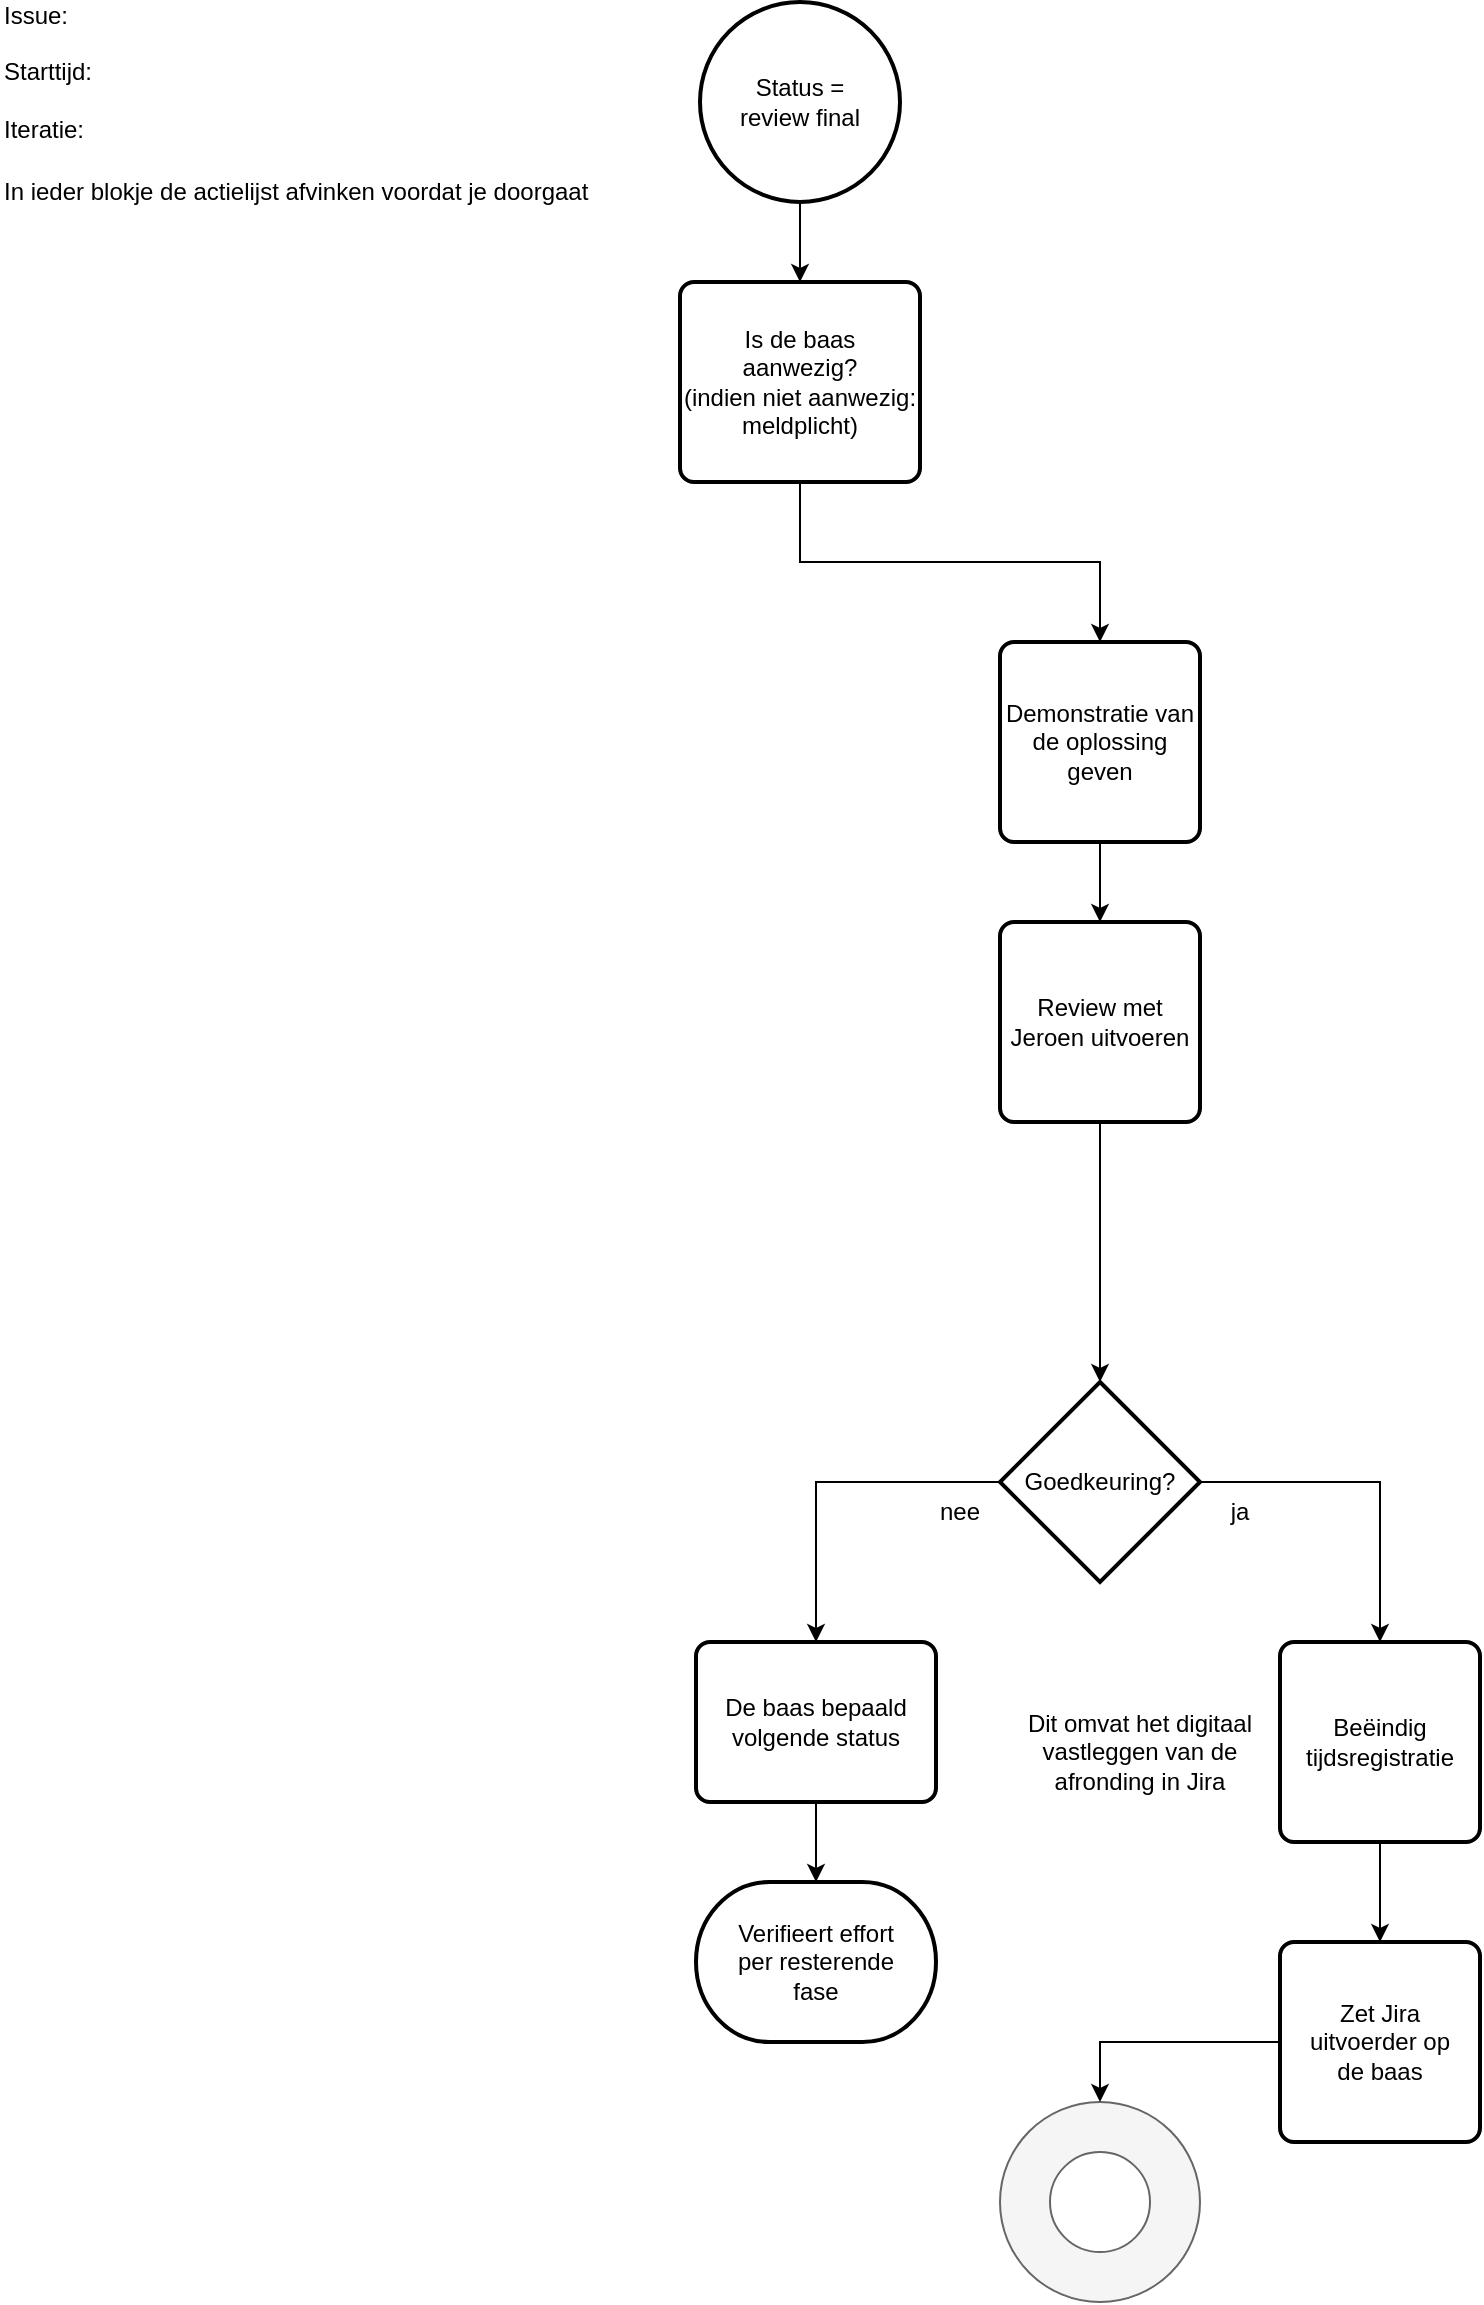
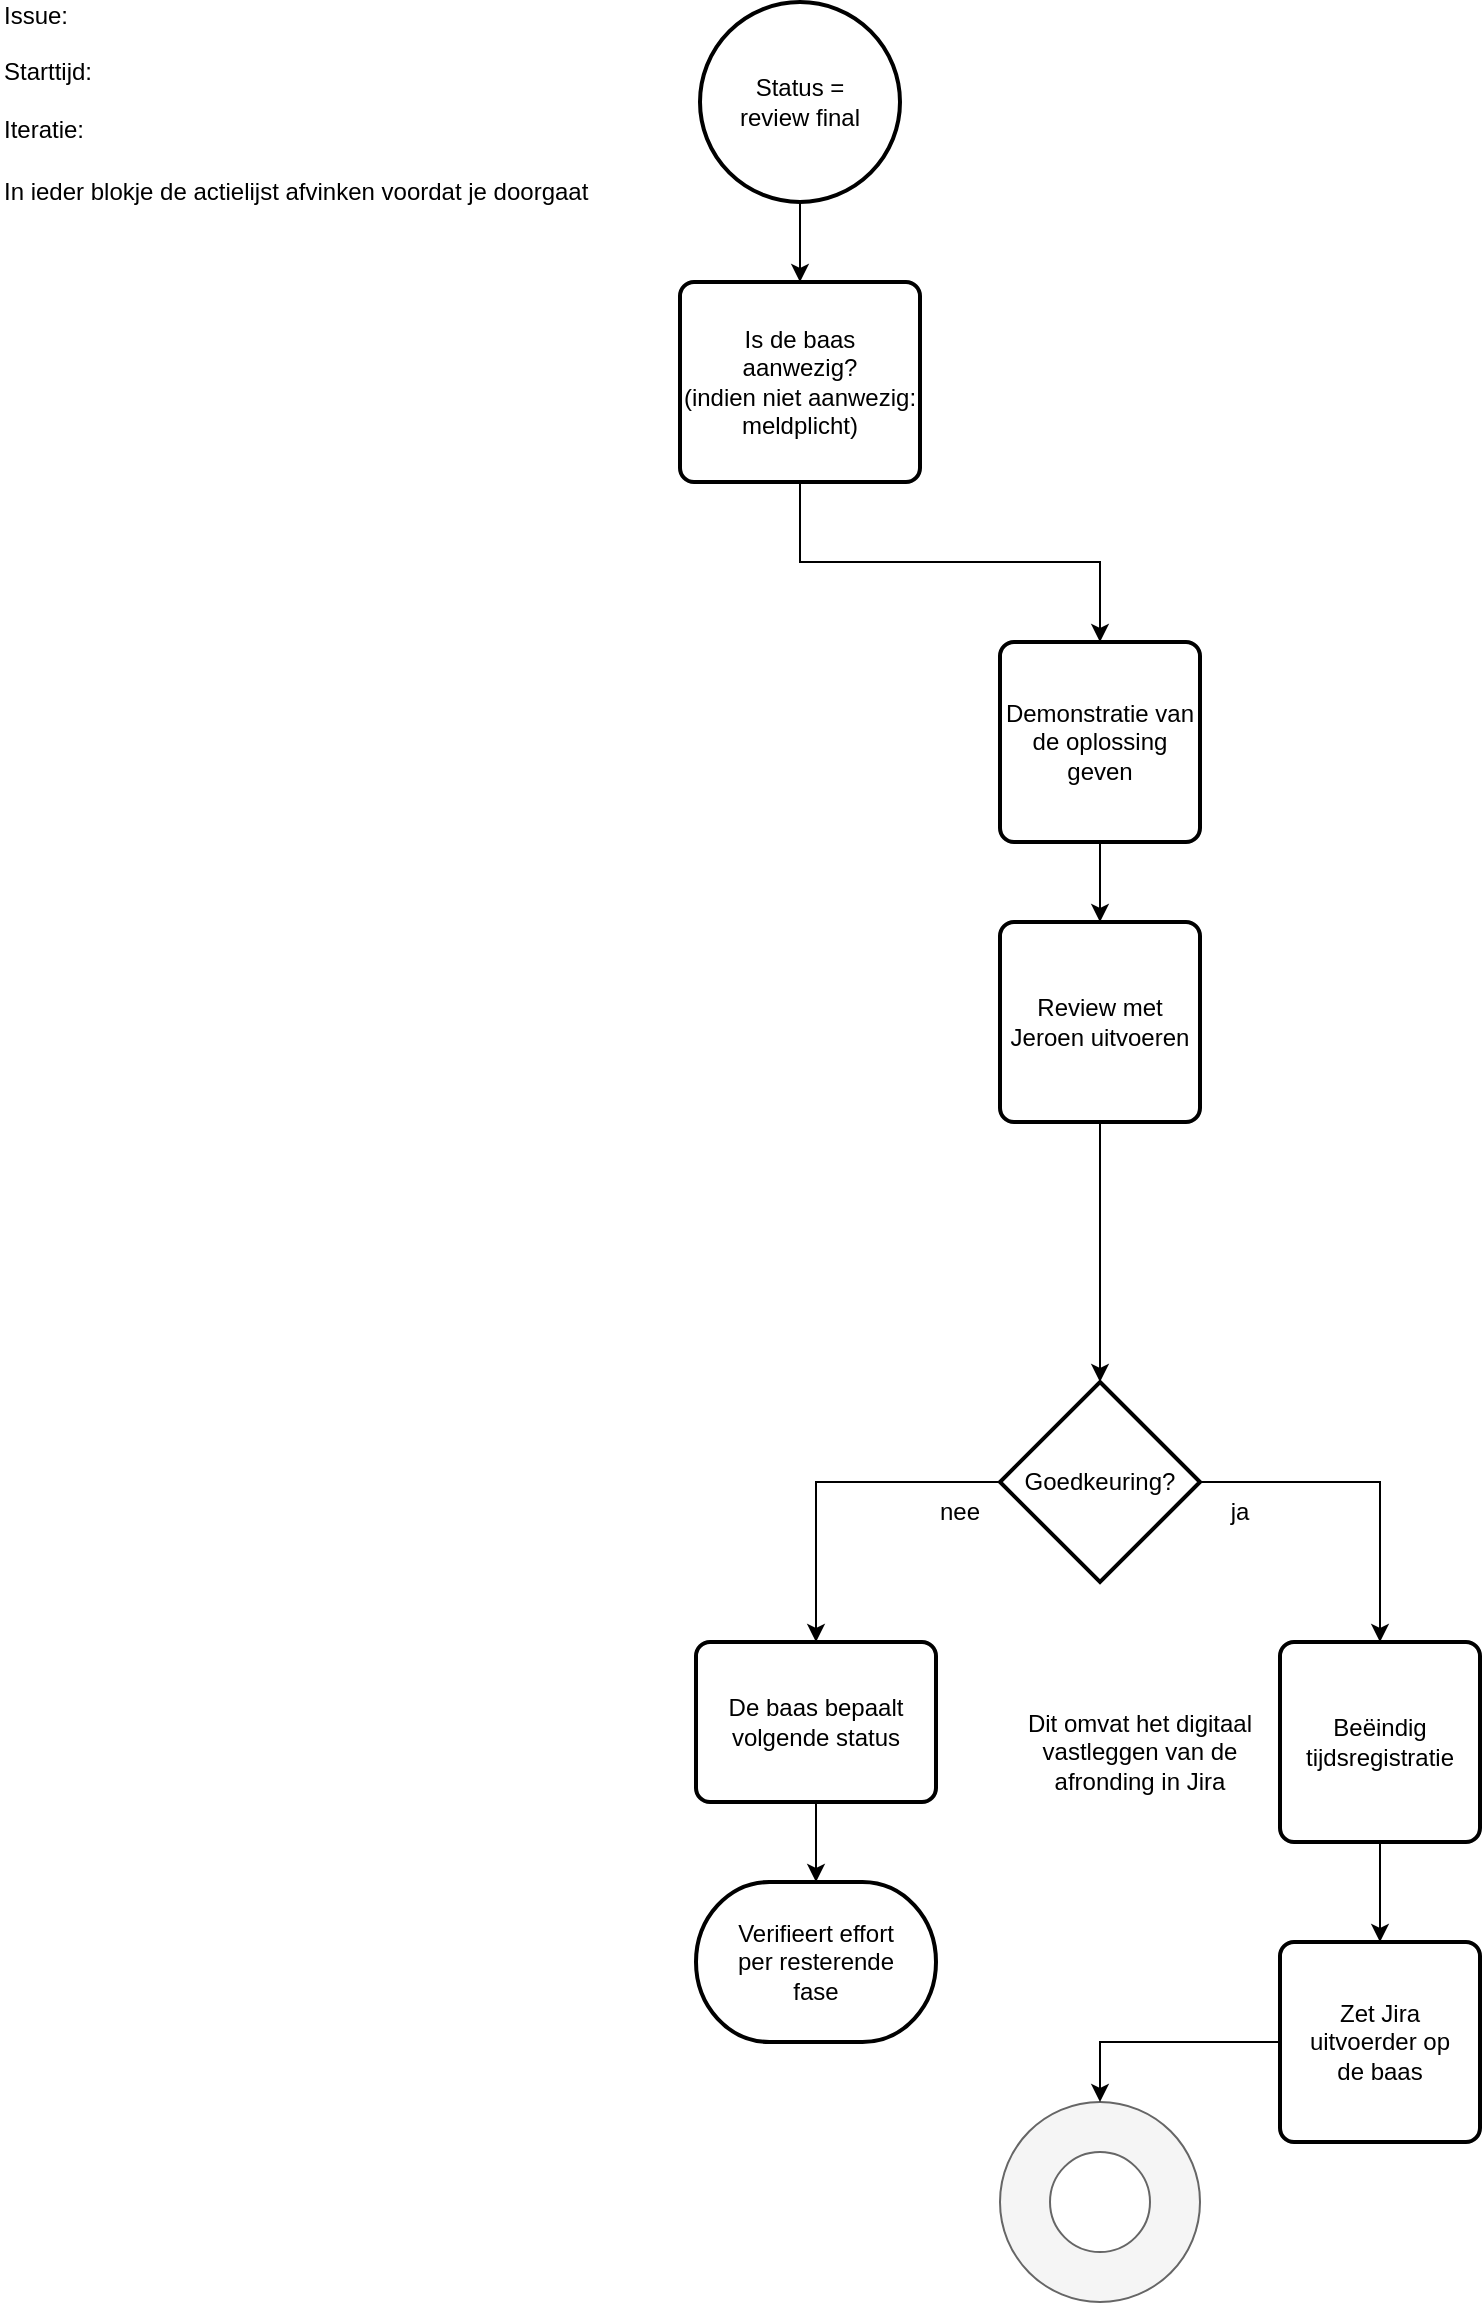
<mxfile host="Electron" agent="Mozilla/5.0 (Windows NT 10.0; Win64; x64) AppleWebKit/537.36 (KHTML, like Gecko) Chrome/143.0.0.0 Safari/537.36">
  <diagram name="Page-1" id="OA8Psgw5BU6XrezAwxYp">
    <mxGraphModel dx="842" dy="6421" grid="1" gridSize="10" guides="1" tooltips="1" connect="1" arrows="1" fold="1" page="1" pageScale="1" pageWidth="827" pageHeight="1169" math="0" shadow="0">
      <root>
        <mxCell id="0" />
        <mxCell id="1" parent="0" />
        <mxCell id="mpQzUtWff58q1bPTKcpG-1" edge="1" parent="1" source="mpQzUtWff58q1bPTKcpG-2" style="edgeStyle=orthogonalEdgeStyle;rounded=0;orthogonalLoop=1;jettySize=auto;html=1;entryX=0.5;entryY=0;entryDx=0;entryDy=0;" target="mpQzUtWff58q1bPTKcpG-4" value="">
          <mxGeometry relative="1" as="geometry" />
        </mxCell>
        <object label="Status =&lt;br&gt;review final" Action="1001" id="mpQzUtWff58q1bPTKcpG-2">
          <mxCell parent="1" style="strokeWidth=2;html=1;shape=mxgraph.flowchart.start_2;whiteSpace=wrap;" vertex="1">
            <mxGeometry height="100" width="100" x="360" y="-5835" as="geometry" />
          </mxCell>
        </object>
        <mxCell id="mpQzUtWff58q1bPTKcpG-3" edge="1" parent="1" source="mpQzUtWff58q1bPTKcpG-4" style="edgeStyle=orthogonalEdgeStyle;rounded=0;orthogonalLoop=1;jettySize=auto;html=1;exitX=0.5;exitY=1;exitDx=0;exitDy=0;entryX=0.5;entryY=0;entryDx=0;entryDy=0;" target="mpQzUtWff58q1bPTKcpG-18">
          <mxGeometry relative="1" as="geometry" />
        </mxCell>
        <object label="Is de baas&lt;br&gt;aanwezig?&lt;br&gt;(indien niet aanwezig:&lt;br&gt;meldplicht)" Action="1002" id="mpQzUtWff58q1bPTKcpG-4">
          <mxCell parent="1" style="rounded=1;whiteSpace=wrap;html=1;absoluteArcSize=1;arcSize=14;strokeWidth=2;" vertex="1">
            <mxGeometry height="100" width="120" x="350" y="-5695" as="geometry" />
          </mxCell>
        </object>
        <object label="Goedkeuring?" Action="1007" id="mpQzUtWff58q1bPTKcpG-11">
          <mxCell parent="1" style="strokeWidth=2;html=1;shape=mxgraph.flowchart.decision;whiteSpace=wrap;" vertex="1">
            <mxGeometry height="100" width="100" x="510" y="-5145" as="geometry" />
          </mxCell>
        </object>
        <mxCell id="mpQzUtWff58q1bPTKcpG-12" edge="1" parent="1" source="mpQzUtWff58q1bPTKcpG-11" style="edgeStyle=orthogonalEdgeStyle;rounded=0;orthogonalLoop=1;jettySize=auto;html=1;exitX=1;exitY=0.5;exitDx=0;exitDy=0;exitPerimeter=0;entryX=0.5;entryY=0;entryDx=0;entryDy=0;" target="mpQzUtWff58q1bPTKcpG-20">
          <mxGeometry relative="1" as="geometry" />
        </mxCell>
        <mxCell id="mpQzUtWff58q1bPTKcpG-13" parent="1" style="text;html=1;whiteSpace=wrap;strokeColor=none;fillColor=none;align=center;verticalAlign=middle;rounded=0;" value="ja" vertex="1">
          <mxGeometry height="30" width="60" x="600" y="-5095" as="geometry" />
        </mxCell>
-         <object label="De baas bepaald&lt;br&gt;volgende status" Action="1007F" id="mpQzUtWff58q1bPTKcpG-14">
+         <object label="De baas bepaalt&lt;br&gt;volgende status" Action="1007F" id="mpQzUtWff58q1bPTKcpG-14">
          <mxCell parent="1" style="rounded=1;whiteSpace=wrap;html=1;absoluteArcSize=1;arcSize=14;strokeWidth=2;" vertex="1">
            <mxGeometry height="80" width="120" x="358" y="-5015" as="geometry" />
          </mxCell>
        </object>
        <mxCell id="mpQzUtWff58q1bPTKcpG-15" edge="1" parent="1" source="mpQzUtWff58q1bPTKcpG-11" style="edgeStyle=orthogonalEdgeStyle;rounded=0;orthogonalLoop=1;jettySize=auto;html=1;exitX=0;exitY=0.5;exitDx=0;exitDy=0;exitPerimeter=0;entryX=0.5;entryY=0;entryDx=0;entryDy=0;" target="mpQzUtWff58q1bPTKcpG-14">
          <mxGeometry relative="1" as="geometry" />
        </mxCell>
        <mxCell id="mpQzUtWff58q1bPTKcpG-16" parent="1" style="text;html=1;whiteSpace=wrap;strokeColor=none;fillColor=none;align=center;verticalAlign=middle;rounded=0;" value="nee" vertex="1">
          <mxGeometry height="30" width="60" x="460" y="-5095" as="geometry" />
        </mxCell>
        <mxCell id="mpQzUtWff58q1bPTKcpG-17" edge="1" parent="1" source="mpQzUtWff58q1bPTKcpG-18" style="edgeStyle=orthogonalEdgeStyle;rounded=0;orthogonalLoop=1;jettySize=auto;html=1;exitX=0.5;exitY=1;exitDx=0;exitDy=0;entryX=0.5;entryY=0;entryDx=0;entryDy=0;" target="mpQzUtWff58q1bPTKcpG-28" value="">
          <mxGeometry relative="1" as="geometry" />
        </mxCell>
        <object label="Demonstratie van de oplossing geven" Action="1004" id="mpQzUtWff58q1bPTKcpG-18">
          <mxCell parent="1" style="rounded=1;whiteSpace=wrap;html=1;absoluteArcSize=1;arcSize=14;strokeWidth=2;" vertex="1">
            <mxGeometry height="100" width="100" x="510" y="-5515" as="geometry" />
          </mxCell>
        </object>
        <mxCell id="mpQzUtWff58q1bPTKcpG-19" edge="1" parent="1" source="mpQzUtWff58q1bPTKcpG-20" style="edgeStyle=orthogonalEdgeStyle;rounded=0;orthogonalLoop=1;jettySize=auto;html=1;" target="mpQzUtWff58q1bPTKcpG-22" value="">
          <mxGeometry relative="1" as="geometry" />
        </mxCell>
        <object label="Beëindig&lt;br&gt;tijdsregistratie" Action="1007T" id="mpQzUtWff58q1bPTKcpG-20">
          <mxCell parent="1" style="rounded=1;whiteSpace=wrap;html=1;absoluteArcSize=1;arcSize=14;strokeWidth=2;" vertex="1">
            <mxGeometry height="100" width="100" x="650" y="-5015" as="geometry" />
          </mxCell>
        </object>
        <mxCell id="mpQzUtWff58q1bPTKcpG-21" parent="1" style="text;html=1;whiteSpace=wrap;strokeColor=none;fillColor=none;align=center;verticalAlign=middle;rounded=0;" value="Dit omvat het digitaal vastleggen van de afronding in Jira" vertex="1">
          <mxGeometry height="30" width="120" x="520" y="-4975" as="geometry" />
        </mxCell>
        <object label="Zet Jira&lt;br&gt;uitvoerder op&lt;br&gt;de baas" Action="1008" id="mpQzUtWff58q1bPTKcpG-22">
          <mxCell parent="1" style="rounded=1;whiteSpace=wrap;html=1;absoluteArcSize=1;arcSize=14;strokeWidth=2;" vertex="1">
            <mxGeometry height="100" width="100" x="650" y="-4865" as="geometry" />
          </mxCell>
        </object>
        <mxCell id="mpQzUtWff58q1bPTKcpG-23" parent="1" style="verticalLabelPosition=bottom;verticalAlign=top;html=1;shape=mxgraph.basic.donut;dx=25;fillColor=#f5f5f5;strokeColor=#666666;fontColor=#333333;" value="" vertex="1">
          <mxGeometry height="100" width="100" x="510" y="-4785" as="geometry" />
        </mxCell>
        <mxCell id="mpQzUtWff58q1bPTKcpG-24" edge="1" parent="1" source="mpQzUtWff58q1bPTKcpG-22" style="edgeStyle=orthogonalEdgeStyle;rounded=0;orthogonalLoop=1;jettySize=auto;html=1;exitX=0;exitY=0.5;exitDx=0;exitDy=0;entryX=0.5;entryY=0;entryDx=0;entryDy=0;entryPerimeter=0;" target="mpQzUtWff58q1bPTKcpG-23">
          <mxGeometry relative="1" as="geometry" />
        </mxCell>
        <mxCell id="mpQzUtWff58q1bPTKcpG-25" parent="1" style="text;html=1;align=left;verticalAlign=middle;whiteSpace=wrap;rounded=0;" value="Issue:&amp;nbsp; &amp;nbsp;&lt;br&gt;&lt;br&gt;Starttijd:&lt;br&gt;&lt;br&gt;Iteratie:&amp;nbsp;" vertex="1">
          <mxGeometry height="30" width="60" x="10" y="-5815" as="geometry" />
        </mxCell>
        <mxCell id="mpQzUtWff58q1bPTKcpG-26" parent="1" style="text;html=1;whiteSpace=wrap;strokeColor=none;fillColor=none;align=left;verticalAlign=middle;rounded=0;labelPosition=center;verticalLabelPosition=middle;" value="In ieder blokje de actielijst afvinken voordat je doorgaat" vertex="1">
          <mxGeometry height="30" width="300" x="10" y="-5755" as="geometry" />
        </mxCell>
        <mxCell id="mpQzUtWff58q1bPTKcpG-27" edge="1" parent="1" source="mpQzUtWff58q1bPTKcpG-28" style="edgeStyle=orthogonalEdgeStyle;rounded=0;orthogonalLoop=1;jettySize=auto;html=1;exitX=0.5;exitY=1;exitDx=0;exitDy=0;entryX=0.5;entryY=0;entryDx=0;entryDy=0;" target="mpQzUtWff58q1bPTKcpG-11" value="">
          <mxGeometry relative="1" as="geometry" />
        </mxCell>
        <object label="Review met Jeroen uitvoeren" Action="1005" id="mpQzUtWff58q1bPTKcpG-28">
          <mxCell parent="1" style="rounded=1;whiteSpace=wrap;html=1;absoluteArcSize=1;arcSize=14;strokeWidth=2;" vertex="1">
            <mxGeometry height="100" width="100" x="510" y="-5375" as="geometry" />
          </mxCell>
        </object>
        <object label="Verifieert effort&lt;br&gt;per resterende&lt;br&gt;fase" Action="1007G" id="mpQzUtWff58q1bPTKcpG-33">
          <mxCell parent="1" style="strokeWidth=2;html=1;shape=mxgraph.flowchart.terminator;whiteSpace=wrap;" vertex="1">
            <mxGeometry height="80" width="120" x="358" y="-4895" as="geometry" />
          </mxCell>
        </object>
        <mxCell id="mpQzUtWff58q1bPTKcpG-34" edge="1" parent="1" source="mpQzUtWff58q1bPTKcpG-14" style="edgeStyle=orthogonalEdgeStyle;rounded=0;orthogonalLoop=1;jettySize=auto;html=1;exitX=0.5;exitY=1;exitDx=0;exitDy=0;entryX=0.5;entryY=0;entryDx=0;entryDy=0;" target="mpQzUtWff58q1bPTKcpG-33">
          <mxGeometry relative="1" as="geometry" />
        </mxCell>
      </root>
    </mxGraphModel>
  </diagram>
</mxfile>
